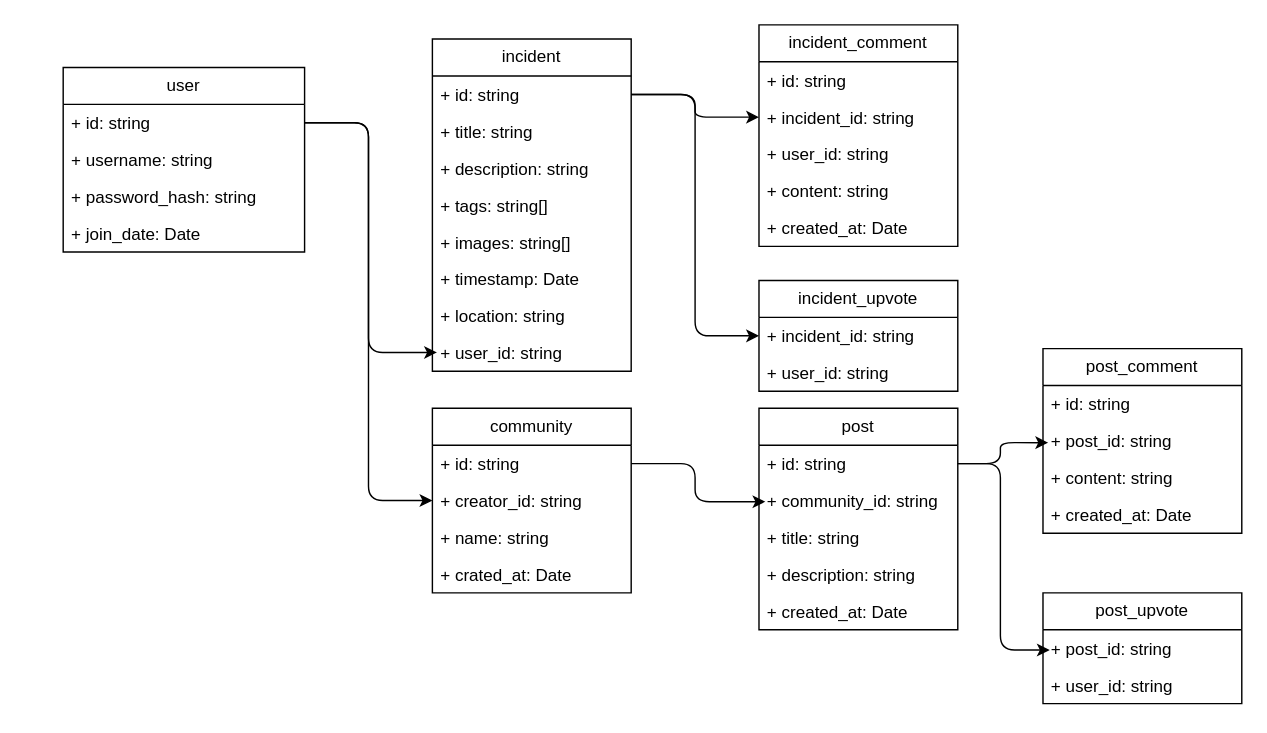
This is model.drawio from astudentinearth/lumin.social, a draw.io file, before an edit. Source tidied: cells renumbered, new cells numbered last; positions are measured from the earlier drawing's top-left corner, leaving out a move shared by most shapes. Both pictures are drawn from the tidied source at 142%, with x=0, y=0 at pixel (62, 24).
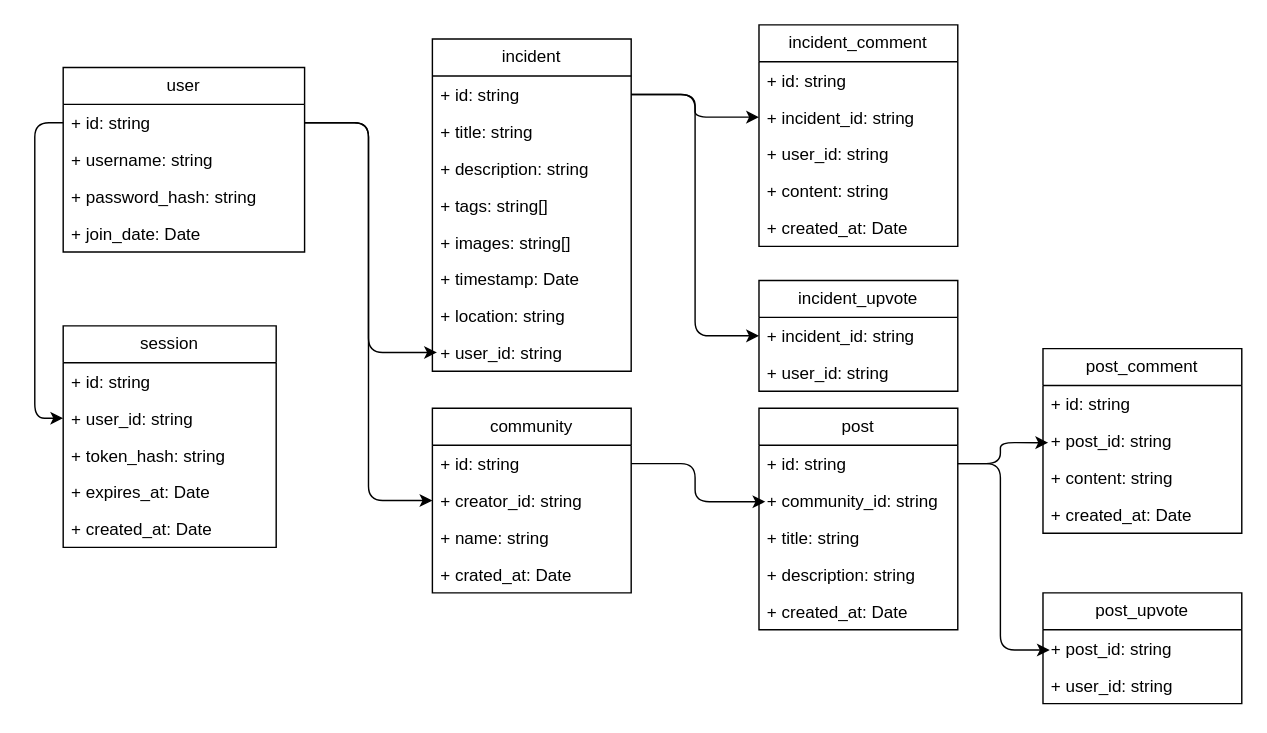
Above is the later version.

Unchanged cells that the change refers to:
```xml
<mxCell id="3" value="+ id: string" style="text;strokeColor=none;fillColor=none;align=left;verticalAlign=top;spacingLeft=4;spacingRight=4;overflow=hidden;points=[[0,0.5],[1,0.5]];portConstraint=eastwest;whiteSpace=wrap;html=1;" parent="2" vertex="1">
  <mxGeometry y="26" width="170" height="26" as="geometry" />
</mxCell>
```

What changed in the source:
```diff
@@
+    <mxCell id="51" value="session" style="swimlane;fontStyle=0;horizontal=1;startSize=26;fillColor=none;whiteSpace=wrap;html=1;" parent="1" vertex="1">
+      <mxGeometry y="212" width="150" height="156" as="geometry" />
+    </mxCell>
+    <mxCell id="52" value="+ id: string" style="text;strokeColor=none;fillColor=none;align=left;verticalAlign=top;spacingLeft=4;spacingRight=4;overflow=hidden;whiteSpace=wrap;html=1;" parent="51" vertex="1">
+      <mxGeometry y="26" width="150" height="26" as="geometry" />
+    </mxCell>
+    <mxCell id="53" value="+ user_id: string" style="text;strokeColor=none;fillColor=none;align=left;verticalAlign=top;spacingLeft=4;spacingRight=4;overflow=hidden;points=[[0,0.5],[1,0.5]];portConstraint=eastwest;whiteSpace=wrap;html=1;" parent="51" vertex="1">
+      <mxGeometry y="52" width="150" height="26" as="geometry" />
+    </mxCell>
+    <mxCell id="54" value="+ token_hash: string" style="text;strokeColor=none;fillColor=none;align=left;verticalAlign=top;spacingLeft=4;spacingRight=4;overflow=hidden;whiteSpace=wrap;html=1;" parent="51" vertex="1">
+      <mxGeometry y="78" width="150" height="26" as="geometry" />
+    </mxCell>
+    <mxCell id="55" value="+ expires_at: Date" style="text;strokeColor=none;fillColor=none;align=left;verticalAlign=top;spacingLeft=4;spacingRight=4;overflow=hidden;whiteSpace=wrap;html=1;" parent="51" vertex="1">
+      <mxGeometry y="104" width="150" height="26" as="geometry" />
+    </mxCell>
+    <mxCell id="56" value="+ created_at: Date" style="text;strokeColor=none;fillColor=none;align=left;verticalAlign=top;spacingLeft=4;spacingRight=4;overflow=hidden;whiteSpace=wrap;html=1;" parent="51" vertex="1">
+      <mxGeometry y="130" width="150" height="26" as="geometry" />
+    </mxCell>
+    <mxCell id="57" style="edgeStyle=orthogonalEdgeStyle;html=1;entryX=0;entryY=0.5;entryDx=0;entryDy=0;" parent="1" edge="1" source="3" target="53">
+      <mxGeometry relative="1" as="geometry">
+        <Array as="points">
+          <mxPoint x="-20" y="69" />
+          <mxPoint x="-20" y="277" />
+        </Array>
+      </mxGeometry>
+    </mxCell>
```
